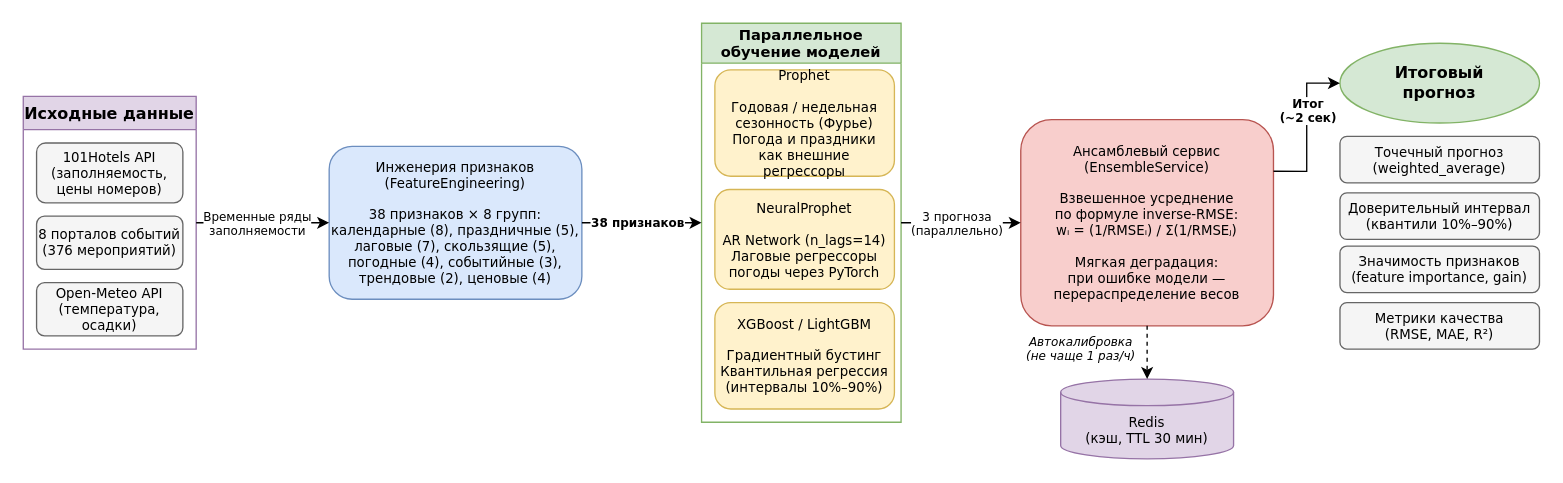
Above: docs/vkr/figures/figure_10_ensemble_pipeline.drawio in Vad1mah/irkutsk-tourism-ias (draw.io), before the change. Source tidied: cells renumbered, new cells numbered last; positions are measured from the earlier drawing's top-left corner, leaving out a move shared by most shapes. Both pictures are drawn from the tidied source at 133%, with x=0, y=0 at pixel (23, 23).
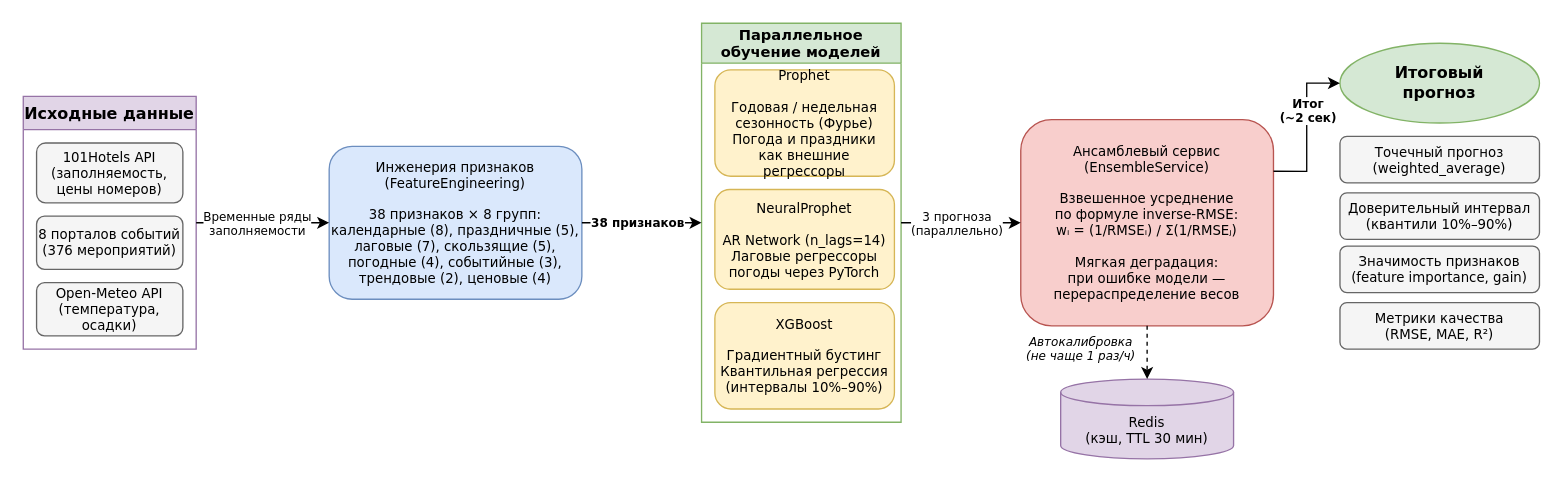
The same diagram, later.

The change refers to these unchanged cells:
```xml
<mxCell id="7" value="Параллельное&#10;обучение моделей" style="swimlane;startSize=30;fillColor=#d5e8d4;strokeColor=#82b366;fontStyle=1;fontSize=11;fontFamily=Verdana;" parent="1" vertex="1">
  <mxGeometry x="510" width="150" height="300" as="geometry" />
</mxCell>
```

What changed in the source:
```diff
@@
-    <mxCell id="10" value="XGBoost / LightGBM&#10;&#10;Градиентный бустинг&#10;Квантильная регрессия&#10;(интервалы 10%–90%)" style="rounded=1;whiteSpace=wrap;html=1;fillColor=#fff2cc;strokeColor=#d6b656;fontFamily=Verdana;fontSize=10;" parent="7" vertex="1">
+    <mxCell id="10" value="XGBoost&#10;&#10;Градиентный бустинг&#10;Квантильная регрессия&#10;(интервалы 10%–90%)" style="rounded=1;whiteSpace=wrap;html=1;fillColor=#fff2cc;strokeColor=#d6b656;fontFamily=Verdana;fontSize=10;" parent="7" vertex="1">
       <mxGeometry x="10" y="210" width="135" height="80" as="geometry" />
     </mxCell>
```
